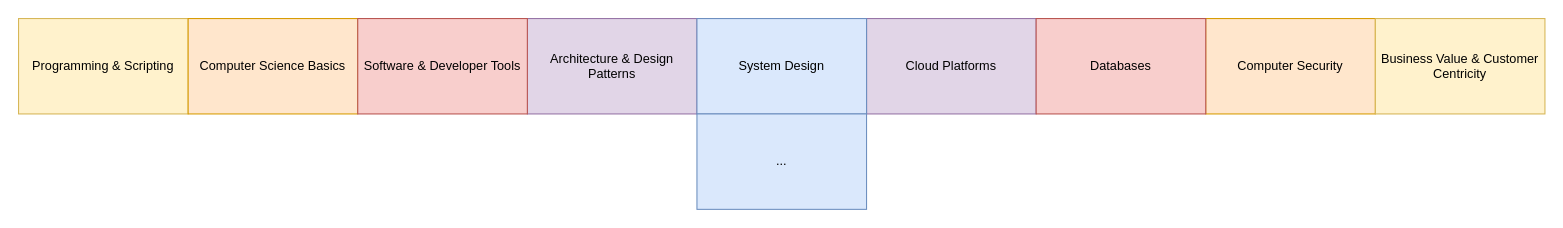
Above: software_architecture_profile.drawio in mykingdomforapawn/software-architecture-journey (draw.io), before the change. Source tidied: cells renumbered, new cells numbered last; positions are measured from the earlier drawing's top-left corner, leaving out a move shared by most shapes. Both pictures are drawn from the tidied source at 106%, with x=0, y=0 at pixel (18, 18).
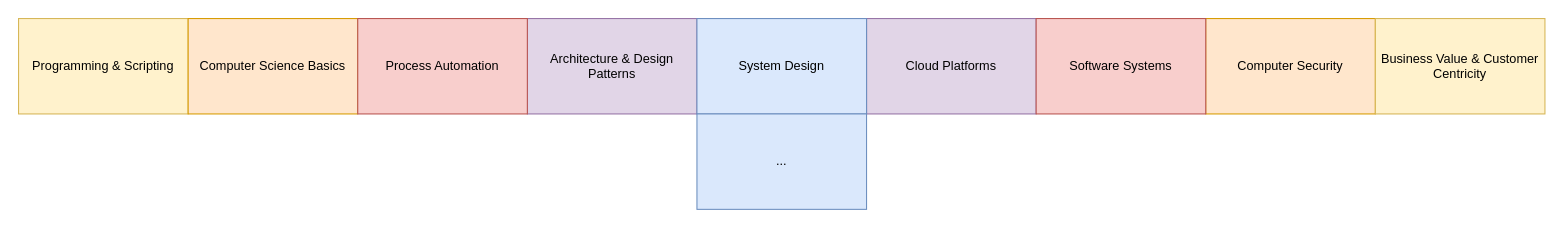
After the change.

The edit, as a diff of the source:
```diff
@@
 <mxGraphModel background="#ffffff">
   <root>
     <mxCell id="0" />
     <mxCell id="1" parent="0" />
     <mxCell id="2" value="Programming &amp;amp; Scripting" style="rounded=0;whiteSpace=wrap;html=1;fillColor=#fff2cc;strokeColor=#d6b656;" parent="1" vertex="1">
       <mxGeometry width="160" height="90" as="geometry" />
     </mxCell>
     <mxCell id="3" value="Architecture &amp;amp; Design Patterns" style="rounded=0;whiteSpace=wrap;html=1;fillColor=#e1d5e7;strokeColor=#9673a6;" parent="1" vertex="1">
       <mxGeometry x="480" width="160" height="90" as="geometry" />
     </mxCell>
     <mxCell id="4" value="Computer Security" style="rounded=0;whiteSpace=wrap;html=1;fillColor=#ffe6cc;strokeColor=#d79b00;" parent="1" vertex="1">
       <mxGeometry x="1120" width="160" height="90" as="geometry" />
     </mxCell>
     <mxCell id="5" value="Cloud Platforms" style="rounded=0;whiteSpace=wrap;html=1;fillColor=#e1d5e7;strokeColor=#9673a6;" parent="1" vertex="1">
       <mxGeometry x="800" width="160" height="90" as="geometry" />
     </mxCell>
     <mxCell id="6" value="Business Value &amp;amp; Customer Centricity" style="rounded=0;whiteSpace=wrap;html=1;fillColor=#fff2cc;strokeColor=#d6b656;" parent="1" vertex="1">
       <mxGeometry x="1280" width="160" height="90" as="geometry" />
     </mxCell>
     <mxCell id="7" value="Computer Science Basics" style="rounded=0;whiteSpace=wrap;html=1;fillColor=#ffe6cc;strokeColor=#d79b00;" parent="1" vertex="1">
       <mxGeometry x="160" width="160" height="90" as="geometry" />
     </mxCell>
     <mxCell id="8" value="System Design" style="rounded=0;whiteSpace=wrap;html=1;fillColor=#dae8fc;strokeColor=#6c8ebf;" parent="1" vertex="1">
       <mxGeometry x="640" width="160" height="90" as="geometry" />
     </mxCell>
-    <mxCell id="9" value="Databases" style="rounded=0;whiteSpace=wrap;html=1;fillColor=#f8cecc;strokeColor=#b85450;" parent="1" vertex="1">
+    <mxCell id="9" value="Software Systems" style="rounded=0;whiteSpace=wrap;html=1;fillColor=#f8cecc;strokeColor=#b85450;" parent="1" vertex="1">
       <mxGeometry x="960" width="160" height="90" as="geometry" />
     </mxCell>
-    <mxCell id="10" value="Software &amp;amp; Developer Tools" style="rounded=0;whiteSpace=wrap;html=1;fillColor=#f8cecc;strokeColor=#b85450;" parent="1" vertex="1">
+    <mxCell id="10" value="Process Automation" style="rounded=0;whiteSpace=wrap;html=1;fillColor=#f8cecc;strokeColor=#b85450;" parent="1" vertex="1">
       <mxGeometry x="320" width="160" height="90" as="geometry" />
     </mxCell>
     <mxCell id="11" value="..." style="rounded=0;whiteSpace=wrap;html=1;fillColor=#dae8fc;strokeColor=#6c8ebf;" parent="1" vertex="1">
       <mxGeometry x="640" y="90" width="160" height="90" as="geometry" />
     </mxCell>
   </root>
 </mxGraphModel>
```
